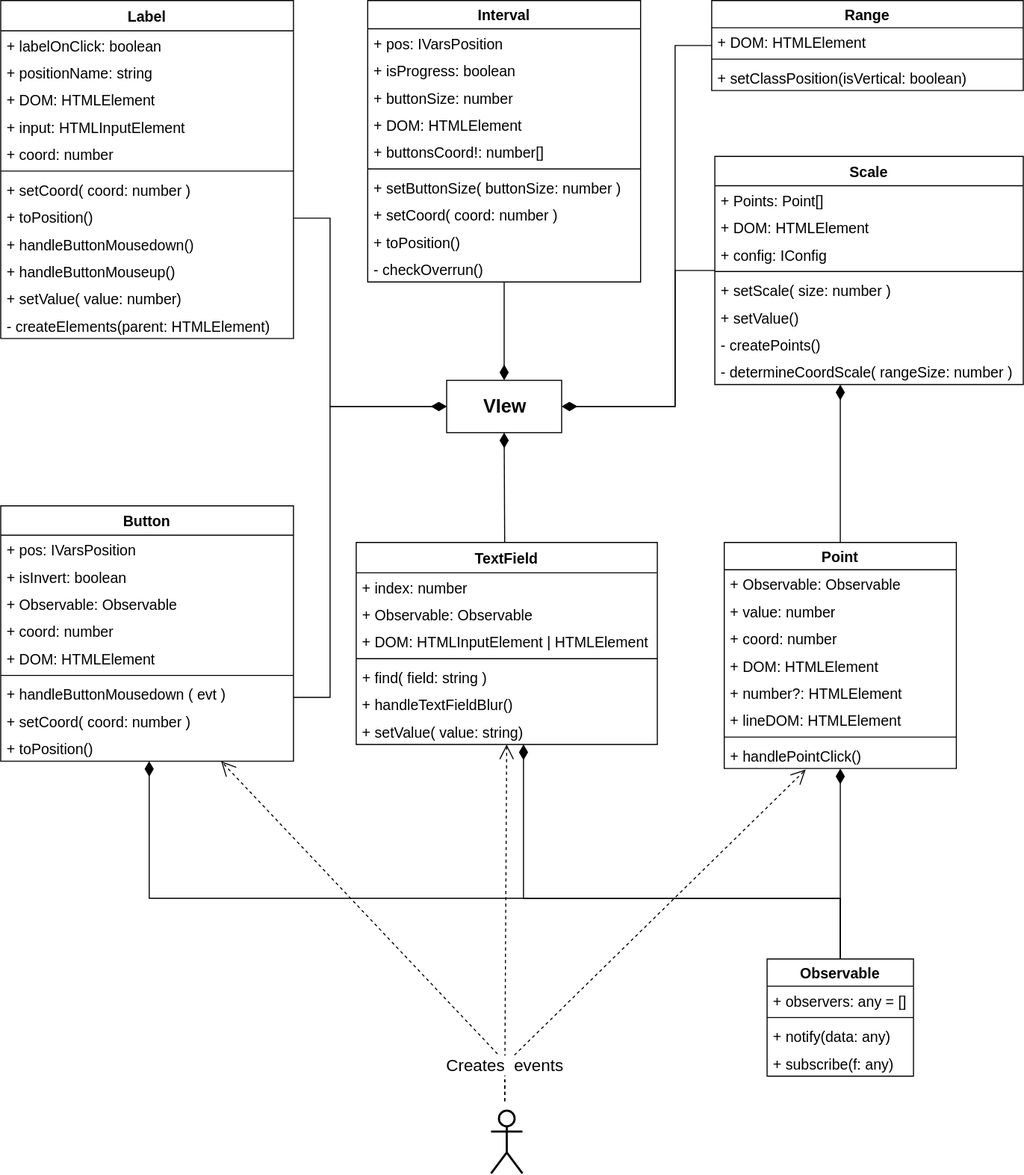
Earlier version of the draw.io export uml/viewComponents.svg (Evgeny3101/plugin). Source tidied: cells renumbered, new cells last; positions are measured from the earlier drawing's top-left corner, leaving out a move shared by most shapes.
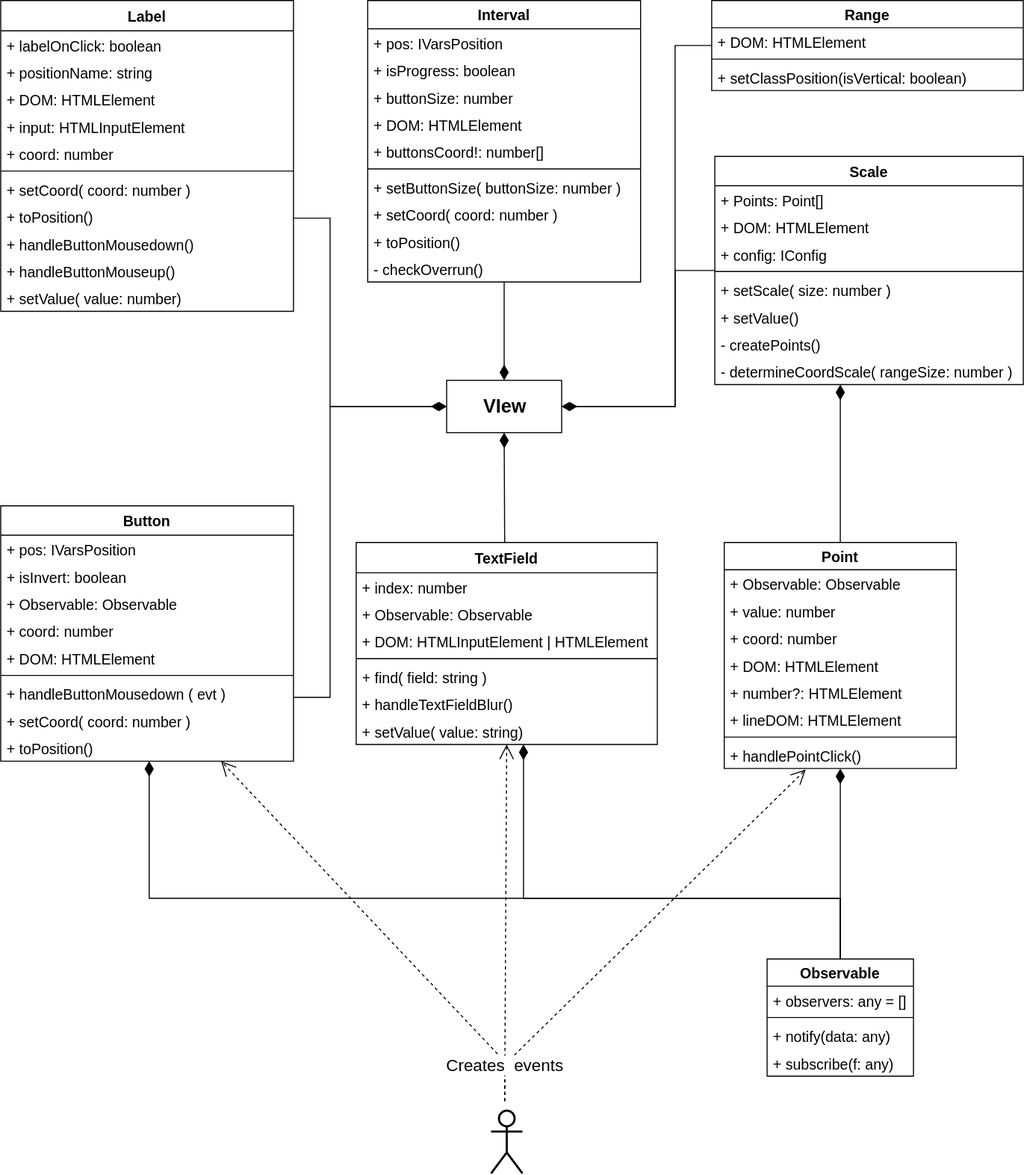
After the change.

Diff of the diagram source:
```diff
@@ -97,7 +97,7 @@
       <mxGeometry relative="1" as="geometry" />
     </mxCell>
     <mxCell id="17" value="Label" style="swimlane;fontStyle=1;horizontal=1;startSize=29;fillColor=none;rounded=0;glass=0;strokeColor=#000000;fontSize=14;arcSize=22;swimlaneLine=1;" parent="1" vertex="1">
-      <mxGeometry width="280" height="323" as="geometry" />
+      <mxGeometry width="280" height="297" as="geometry" />
     </mxCell>
     <mxCell id="18" value="+ labelOnClick: boolean" style="text;strokeColor=none;fillColor=none;align=left;verticalAlign=top;spacingLeft=4;spacingRight=4;overflow=hidden;fontSize=14;" parent="17" vertex="1">
       <mxGeometry y="29" width="280" height="26" as="geometry" />
@@ -132,9 +132,6 @@
     <mxCell id="28" value="+ setValue( value: number)&#10;" style="text;strokeColor=none;fillColor=none;align=left;verticalAlign=top;spacingLeft=4;spacingRight=4;overflow=hidden;fontSize=14;" parent="17" vertex="1">
       <mxGeometry y="271" width="280" height="26" as="geometry" />
     </mxCell>
-    <mxCell id="29" value="- createElements(parent: HTMLElement) " style="text;strokeColor=none;fillColor=none;align=left;verticalAlign=top;spacingLeft=4;spacingRight=4;overflow=hidden;fontSize=14;" parent="17" vertex="1">
-      <mxGeometry y="297" width="280" height="26" as="geometry" />
-    </mxCell>
     <mxCell id="30" value="Interval" style="swimlane;fontStyle=1;horizontal=1;startSize=27;fillColor=none;rounded=0;glass=0;strokeColor=#000000;fontSize=14;arcSize=24;swimlaneLine=1;" parent="1" vertex="1">
       <mxGeometry x="351" width="261" height="269" as="geometry" />
     </mxCell>
```
